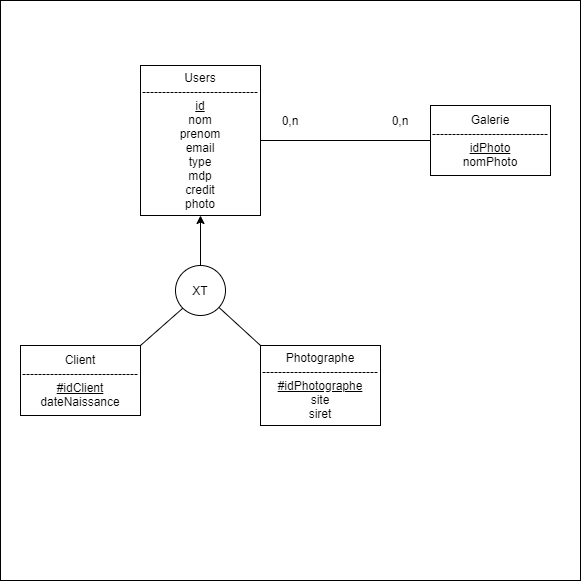
This is images/readme/SCD.png from cmoynard/photoforyou, a draw.io export, as it was before one commit. Source tidied: cells renumbered, new cells last; positions are measured from the earlier drawing's top-left corner, leaving out a move shared by most shapes. Source of this version:
```xml
<mxGraphModel>
  <root>
    <mxCell id="0" />
    <mxCell id="1" parent="0" />
    <mxCell id="2" style="whiteSpace=wrap;html=1;" parent="1" vertex="1">
      <mxGeometry width="580" height="580" as="geometry" />
    </mxCell>
    <mxCell id="3" value="Users&lt;br&gt;-----------------------------&lt;br&gt;&lt;u&gt;id&lt;/u&gt;&lt;br&gt;nom&lt;br&gt;prenom&lt;br&gt;email&lt;br&gt;type&lt;br&gt;mdp&lt;br&gt;credit&lt;br&gt;photo" style="rounded=0;whiteSpace=wrap;html=1;fontFamily=Helvetica;" parent="1" vertex="1">
      <mxGeometry x="140" y="65" width="120" height="150" as="geometry" />
    </mxCell>
    <mxCell id="4" value="Client&lt;br&gt;-----------------------------&lt;br&gt;&lt;u&gt;#idClient&lt;br&gt;&lt;/u&gt;dateNaissance" style="rounded=0;whiteSpace=wrap;html=1;fontFamily=Helvetica;" parent="1" vertex="1">
      <mxGeometry x="20" y="345" width="120" height="70" as="geometry" />
    </mxCell>
    <mxCell id="5" value="Photographe&lt;br&gt;-----------------------------&lt;br&gt;&lt;u&gt;#idPhotographe&lt;/u&gt;&lt;br&gt;site&lt;br&gt;siret" style="rounded=0;whiteSpace=wrap;html=1;fontFamily=Helvetica;" parent="1" vertex="1">
      <mxGeometry x="260" y="345" width="120" height="80" as="geometry" />
    </mxCell>
    <mxCell id="6" style="endArrow=none;html=1;rounded=0;fontFamily=Helvetica;entryX=0;entryY=1;entryDx=0;entryDy=0;" parent="1" edge="1" target="8">
      <mxGeometry relative="1" as="geometry">
        <mxPoint x="140" y="345" as="sourcePoint" />
      </mxGeometry>
    </mxCell>
    <mxCell id="7" style="endArrow=none;html=1;rounded=0;fontFamily=Helvetica;exitX=0;exitY=0;exitDx=0;exitDy=0;" parent="1" edge="1" source="5" target="8">
      <mxGeometry relative="1" as="geometry" />
    </mxCell>
    <mxCell id="8" value="XT" style="ellipse;whiteSpace=wrap;html=1;fontFamily=Helvetica;" parent="1" vertex="1">
      <mxGeometry x="175" y="265" width="50" height="50" as="geometry" />
    </mxCell>
    <mxCell id="9" style="endArrow=classic;html=1;rounded=0;fontFamily=Helvetica;entryX=0.5;entryY=1;entryDx=0;entryDy=0;endFill=1;" parent="1" edge="1" target="3">
      <mxGeometry relative="1" as="geometry">
        <mxPoint x="200" y="265" as="sourcePoint" />
      </mxGeometry>
    </mxCell>
    <mxCell id="10" value="Galerie&lt;br&gt;-----------------------------&lt;br&gt;&lt;u&gt;idPhoto&lt;/u&gt;&lt;br&gt;nomPhoto" style="rounded=0;whiteSpace=wrap;html=1;fontFamily=Helvetica;" parent="1" vertex="1">
      <mxGeometry x="430" y="105" width="120" height="70" as="geometry" />
    </mxCell>
    <mxCell id="11" style="endArrow=none;html=1;rounded=0;fontFamily=Helvetica;exitX=1;exitY=0.5;exitDx=0;exitDy=0;entryX=0;entryY=0.5;entryDx=0;entryDy=0;" parent="1" edge="1" source="3" target="10">
      <mxGeometry relative="1" as="geometry" />
    </mxCell>
    <mxCell id="12" value="0,n" style="text;html=1;strokeColor=none;fillColor=none;align=center;verticalAlign=middle;whiteSpace=wrap;rounded=0;fontFamily=Helvetica;" parent="1" vertex="1">
      <mxGeometry x="370" y="105" width="60" height="30" as="geometry" />
    </mxCell>
    <mxCell id="13" value="0,n" style="text;html=1;strokeColor=none;fillColor=none;align=center;verticalAlign=middle;whiteSpace=wrap;rounded=0;fontFamily=Helvetica;" parent="1" vertex="1">
      <mxGeometry x="260" y="105" width="60" height="30" as="geometry" />
    </mxCell>
  </root>
</mxGraphModel>
```
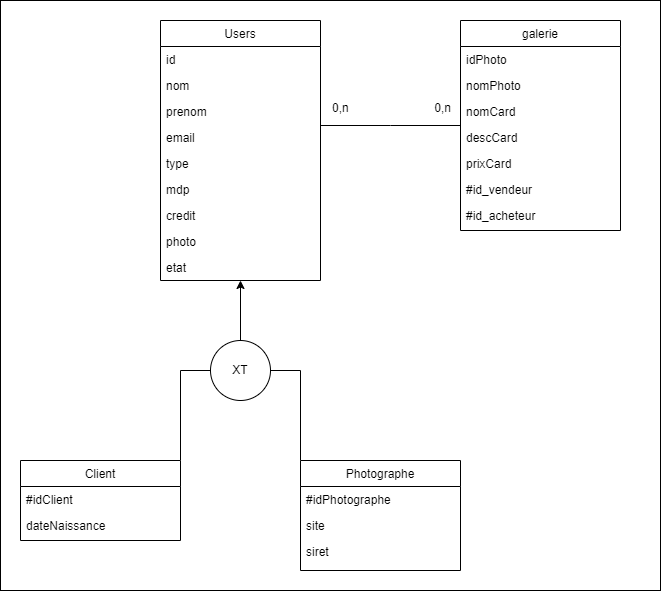
After the commit.

What changed in the source:
```diff
@@ -1,46 +1,114 @@
 <mxGraphModel>
   <root>
-    <mxCell id="0" />
-    <mxCell id="1" parent="0" />
-    <mxCell id="2" style="whiteSpace=wrap;html=1;" parent="1" vertex="1">
-      <mxGeometry width="580" height="580" as="geometry" />
-    </mxCell>
-    <mxCell id="3" value="Users&lt;br&gt;-----------------------------&lt;br&gt;&lt;u&gt;id&lt;/u&gt;&lt;br&gt;nom&lt;br&gt;prenom&lt;br&gt;email&lt;br&gt;type&lt;br&gt;mdp&lt;br&gt;credit&lt;br&gt;photo" style="rounded=0;whiteSpace=wrap;html=1;fontFamily=Helvetica;" parent="1" vertex="1">
-      <mxGeometry x="140" y="65" width="120" height="150" as="geometry" />
-    </mxCell>
-    <mxCell id="4" value="Client&lt;br&gt;-----------------------------&lt;br&gt;&lt;u&gt;#idClient&lt;br&gt;&lt;/u&gt;dateNaissance" style="rounded=0;whiteSpace=wrap;html=1;fontFamily=Helvetica;" parent="1" vertex="1">
-      <mxGeometry x="20" y="345" width="120" height="70" as="geometry" />
-    </mxCell>
-    <mxCell id="5" value="Photographe&lt;br&gt;-----------------------------&lt;br&gt;&lt;u&gt;#idPhotographe&lt;/u&gt;&lt;br&gt;site&lt;br&gt;siret" style="rounded=0;whiteSpace=wrap;html=1;fontFamily=Helvetica;" parent="1" vertex="1">
-      <mxGeometry x="260" y="345" width="120" height="80" as="geometry" />
-    </mxCell>
-    <mxCell id="6" style="endArrow=none;html=1;rounded=0;fontFamily=Helvetica;entryX=0;entryY=1;entryDx=0;entryDy=0;" parent="1" edge="1" target="8">
-      <mxGeometry relative="1" as="geometry">
-        <mxPoint x="140" y="345" as="sourcePoint" />
-      </mxGeometry>
-    </mxCell>
-    <mxCell id="7" style="endArrow=none;html=1;rounded=0;fontFamily=Helvetica;exitX=0;exitY=0;exitDx=0;exitDy=0;" parent="1" edge="1" source="5" target="8">
-      <mxGeometry relative="1" as="geometry" />
-    </mxCell>
+    <mxCell id="14" />
+    <mxCell id="15" parent="14" />
+    <mxCell id="16" style="rounded=0;whiteSpace=wrap;html=1;" parent="15" vertex="1">
+      <mxGeometry x="-35" y="-75" width="660" height="590" as="geometry" />
+    </mxCell>
+    <mxCell id="17" value="Users" style="swimlane;fontStyle=0;align=center;verticalAlign=top;horizontal=1;startSize=26;rounded=0;shadow=0;strokeWidth=1;" parent="15" vertex="1">
+      <mxGeometry x="125" y="-55" width="160" height="260" as="geometry" />
+    </mxCell>
+    <mxCell id="18" value="id" style="text;align=left;verticalAlign=top;spacingLeft=4;spacingRight=4;overflow=hidden;" parent="17" vertex="1">
+      <mxGeometry y="26" width="160" height="26" as="geometry" />
+    </mxCell>
+    <mxCell id="19" value="nom" style="text;align=left;verticalAlign=top;spacingLeft=4;spacingRight=4;overflow=hidden;rounded=0;shadow=0;html=0;" parent="17" vertex="1">
+      <mxGeometry y="52" width="160" height="26" as="geometry" />
+    </mxCell>
+    <mxCell id="20" value="prenom" style="text;align=left;verticalAlign=top;spacingLeft=4;spacingRight=4;overflow=hidden;rounded=0;shadow=0;html=0;" parent="17" vertex="1">
+      <mxGeometry y="78" width="160" height="26" as="geometry" />
+    </mxCell>
+    <mxCell id="21" value="email" style="text;align=left;verticalAlign=top;spacingLeft=4;spacingRight=4;overflow=hidden;" parent="17" vertex="1">
+      <mxGeometry y="104" width="160" height="26" as="geometry" />
+    </mxCell>
+    <mxCell id="22" value="type" style="text;align=left;verticalAlign=top;spacingLeft=4;spacingRight=4;overflow=hidden;" parent="17" vertex="1">
+      <mxGeometry y="130" width="160" height="26" as="geometry" />
+    </mxCell>
+    <mxCell id="23" value="mdp" style="text;align=left;verticalAlign=top;spacingLeft=4;spacingRight=4;overflow=hidden;" parent="17" vertex="1">
+      <mxGeometry y="156" width="160" height="26" as="geometry" />
+    </mxCell>
+    <mxCell id="24" value="credit" style="text;align=left;verticalAlign=top;spacingLeft=4;spacingRight=4;overflow=hidden;" parent="17" vertex="1">
+      <mxGeometry y="182" width="160" height="26" as="geometry" />
+    </mxCell>
+    <mxCell id="25" value="photo" style="text;align=left;verticalAlign=top;spacingLeft=4;spacingRight=4;overflow=hidden;" parent="17" vertex="1">
+      <mxGeometry y="208" width="160" height="26" as="geometry" />
+    </mxCell>
+    <mxCell id="26" value="etat" style="text;align=left;verticalAlign=top;spacingLeft=4;spacingRight=4;overflow=hidden;" parent="17" vertex="1">
+      <mxGeometry y="234" width="160" height="26" as="geometry" />
+    </mxCell>
+    <mxCell id="27" style="edgeStyle=orthogonalEdgeStyle;rounded=0;jettySize=auto;html=1;exitX=1;exitY=0;exitDx=0;exitDy=0;entryX=0;entryY=0.5;entryDx=0;entryDy=0;endArrow=none;endFill=0;" parent="15" edge="1" source="28" target="8">
+      <mxGeometry relative="1" as="geometry" />
+    </mxCell>
+    <mxCell id="28" value="Client" style="swimlane;fontStyle=0;align=center;verticalAlign=top;horizontal=1;startSize=26;rounded=0;shadow=0;strokeWidth=1;" parent="15" vertex="1">
+      <mxGeometry x="-15" y="385" width="160" height="80" as="geometry" />
+    </mxCell>
+    <mxCell id="29" value="#idClient" style="text;align=left;verticalAlign=top;spacingLeft=4;spacingRight=4;overflow=hidden;" parent="28" vertex="1">
+      <mxGeometry y="26" width="160" height="26" as="geometry" />
+    </mxCell>
+    <mxCell id="30" value="dateNaissance" style="text;align=left;verticalAlign=top;spacingLeft=4;spacingRight=4;overflow=hidden;rounded=0;shadow=0;html=0;" parent="28" vertex="1">
+      <mxGeometry y="52" width="160" height="26" as="geometry" />
+    </mxCell>
+    <mxCell id="31" style="edgeStyle=orthogonalEdgeStyle;rounded=0;jettySize=auto;html=1;exitX=0;exitY=0;exitDx=0;exitDy=0;entryX=1;entryY=0.5;entryDx=0;entryDy=0;endArrow=none;endFill=0;" parent="15" edge="1" source="32" target="8">
+      <mxGeometry relative="1" as="geometry" />
+    </mxCell>
+    <mxCell id="32" value="Photographe" style="swimlane;fontStyle=0;align=center;verticalAlign=top;horizontal=1;startSize=26;rounded=0;shadow=0;strokeWidth=1;" parent="15" vertex="1">
+      <mxGeometry x="265" y="385" width="160" height="110" as="geometry" />
+    </mxCell>
+    <mxCell id="33" value="#idPhotographe" style="text;align=left;verticalAlign=top;spacingLeft=4;spacingRight=4;overflow=hidden;" parent="32" vertex="1">
+      <mxGeometry y="26" width="160" height="26" as="geometry" />
+    </mxCell>
+    <mxCell id="34" value="site" style="text;align=left;verticalAlign=top;spacingLeft=4;spacingRight=4;overflow=hidden;" parent="32" vertex="1">
+      <mxGeometry y="52" width="160" height="26" as="geometry" />
+    </mxCell>
+    <mxCell id="35" value="siret" style="text;align=left;verticalAlign=top;spacingLeft=4;spacingRight=4;overflow=hidden;" parent="32" vertex="1">
+      <mxGeometry y="78" width="160" height="26" as="geometry" />
+    </mxCell>
+    <mxCell id="36" value="galerie" style="swimlane;fontStyle=0;align=center;verticalAlign=top;horizontal=1;startSize=26;rounded=0;shadow=0;strokeWidth=1;" parent="15" vertex="1">
+      <mxGeometry x="425" y="-55" width="160" height="210" as="geometry" />
+    </mxCell>
+    <mxCell id="37" value="idPhoto" style="text;align=left;verticalAlign=top;spacingLeft=4;spacingRight=4;overflow=hidden;" parent="36" vertex="1">
+      <mxGeometry y="26" width="160" height="26" as="geometry" />
+    </mxCell>
+    <mxCell id="38" value="nomPhoto" style="text;align=left;verticalAlign=top;spacingLeft=4;spacingRight=4;overflow=hidden;rounded=0;shadow=0;html=0;" parent="36" vertex="1">
+      <mxGeometry y="52" width="160" height="26" as="geometry" />
+    </mxCell>
+    <mxCell id="39" value="nomCard" style="text;align=left;verticalAlign=top;spacingLeft=4;spacingRight=4;overflow=hidden;rounded=0;shadow=0;html=0;" parent="36" vertex="1">
+      <mxGeometry y="78" width="160" height="26" as="geometry" />
+    </mxCell>
+    <mxCell id="40" value="descCard" style="text;align=left;verticalAlign=top;spacingLeft=4;spacingRight=4;overflow=hidden;rounded=0;shadow=0;html=0;" parent="36" vertex="1">
+      <mxGeometry y="104" width="160" height="26" as="geometry" />
+    </mxCell>
+    <mxCell id="41" value="prixCard" style="text;align=left;verticalAlign=top;spacingLeft=4;spacingRight=4;overflow=hidden;rounded=0;shadow=0;html=0;" parent="36" vertex="1">
+      <mxGeometry y="130" width="160" height="26" as="geometry" />
+    </mxCell>
+    <mxCell id="42" value="#id_vendeur" style="text;align=left;verticalAlign=top;spacingLeft=4;spacingRight=4;overflow=hidden;" parent="36" vertex="1">
+      <mxGeometry y="156" width="160" height="26" as="geometry" />
+    </mxCell>
+    <mxCell id="43" value="#id_acheteur" style="text;align=left;verticalAlign=top;spacingLeft=4;spacingRight=4;overflow=hidden;" parent="36" vertex="1">
+      <mxGeometry y="182" width="160" height="26" as="geometry" />
+    </mxCell>
+    <mxCell id="44" style="endArrow=none;shadow=0;strokeWidth=1;rounded=0;endFill=0;edgeStyle=elbowEdgeStyle;elbow=vertical;" parent="15" edge="1" source="17" target="36">
+      <mxGeometry x="0.5" y="41" relative="1" as="geometry">
+        <mxPoint x="-40" y="32" as="offset" />
+      </mxGeometry>
+    </mxCell>
+    <mxCell id="45" value="0,n" style="align=left;verticalAlign=bottom;labelBackgroundColor=none;fontSize=12;" parent="44" vertex="1">
+      <mxGeometry x="-1" relative="1" as="geometry">
+        <mxPoint x="10" y="-9" as="offset" />
+      </mxGeometry>
+    </mxCell>
+    <mxCell id="46" value="0,n" style="align=right;verticalAlign=bottom;labelBackgroundColor=none;fontSize=12;" parent="44" vertex="1">
+      <mxGeometry x="1" relative="1" as="geometry">
+        <mxPoint x="-8" y="-9" as="offset" />
+      </mxGeometry>
+    </mxCell>
-    <mxCell id="8" value="XT" style="ellipse;whiteSpace=wrap;html=1;fontFamily=Helvetica;" parent="1" vertex="1">
-      <mxGeometry x="175" y="265" width="50" height="50" as="geometry" />
+    <mxCell id="8" value="XT" style="ellipse;whiteSpace=wrap;html=1;" parent="15" vertex="1">
+      <mxGeometry x="175" y="265" width="60" height="60" as="geometry" />
     </mxCell>
-    <mxCell id="9" style="endArrow=classic;html=1;rounded=0;fontFamily=Helvetica;entryX=0.5;entryY=1;entryDx=0;entryDy=0;endFill=1;" parent="1" edge="1" target="3">
-      <mxGeometry relative="1" as="geometry">
-        <mxPoint x="200" y="265" as="sourcePoint" />
-      </mxGeometry>
-    </mxCell>
-    <mxCell id="10" value="Galerie&lt;br&gt;-----------------------------&lt;br&gt;&lt;u&gt;idPhoto&lt;/u&gt;&lt;br&gt;nomPhoto" style="rounded=0;whiteSpace=wrap;html=1;fontFamily=Helvetica;" parent="1" vertex="1">
-      <mxGeometry x="430" y="105" width="120" height="70" as="geometry" />
-    </mxCell>
-    <mxCell id="11" style="endArrow=none;html=1;rounded=0;fontFamily=Helvetica;exitX=1;exitY=0.5;exitDx=0;exitDy=0;entryX=0;entryY=0.5;entryDx=0;entryDy=0;" parent="1" edge="1" source="3" target="10">
-      <mxGeometry relative="1" as="geometry" />
-    </mxCell>
-    <mxCell id="12" value="0,n" style="text;html=1;strokeColor=none;fillColor=none;align=center;verticalAlign=middle;whiteSpace=wrap;rounded=0;fontFamily=Helvetica;" parent="1" vertex="1">
-      <mxGeometry x="370" y="105" width="60" height="30" as="geometry" />
-    </mxCell>
-    <mxCell id="13" value="0,n" style="text;html=1;strokeColor=none;fillColor=none;align=center;verticalAlign=middle;whiteSpace=wrap;rounded=0;fontFamily=Helvetica;" parent="1" vertex="1">
-      <mxGeometry x="260" y="105" width="60" height="30" as="geometry" />
-    </mxCell>
+    <mxCell id="47" style="endArrow=classic;html=1;rounded=0;" parent="15" edge="1">
+      <mxGeometry relative="1" as="geometry">
+        <mxPoint x="205" y="265" as="sourcePoint" />
+        <mxPoint x="205" y="205" as="targetPoint" />
+      </mxGeometry>
+    </mxCell>
   </root>
 </mxGraphModel>
```
